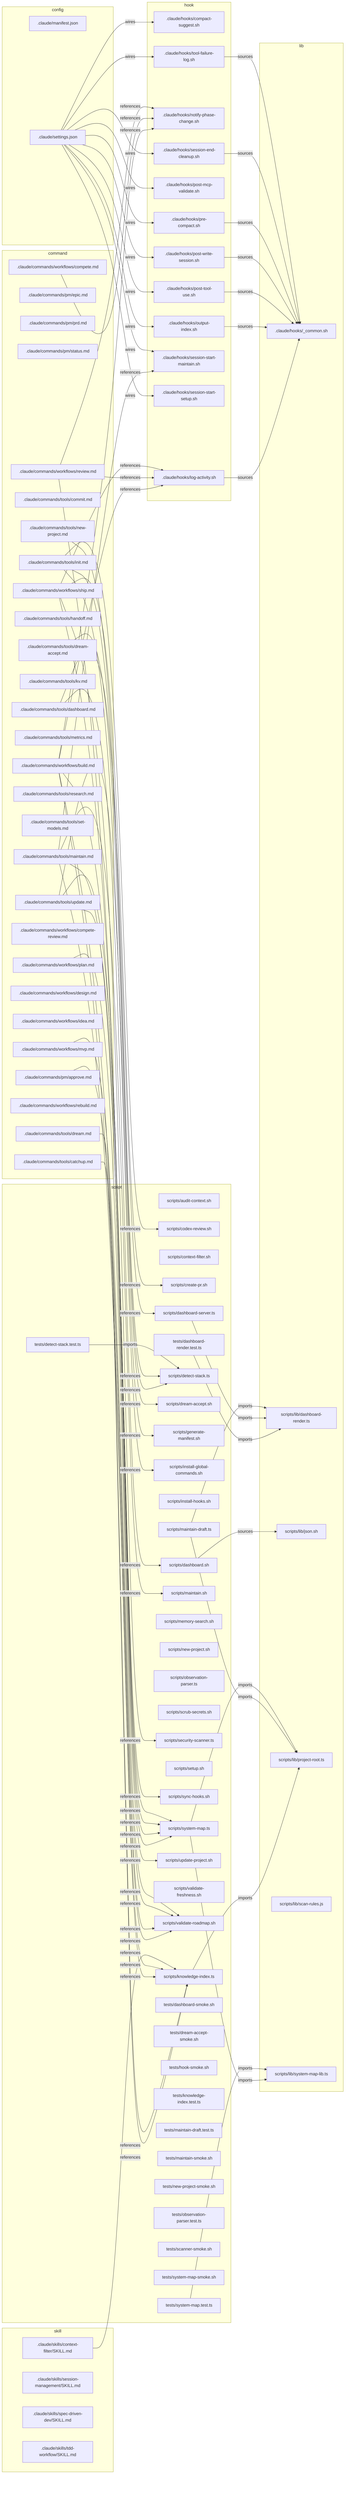
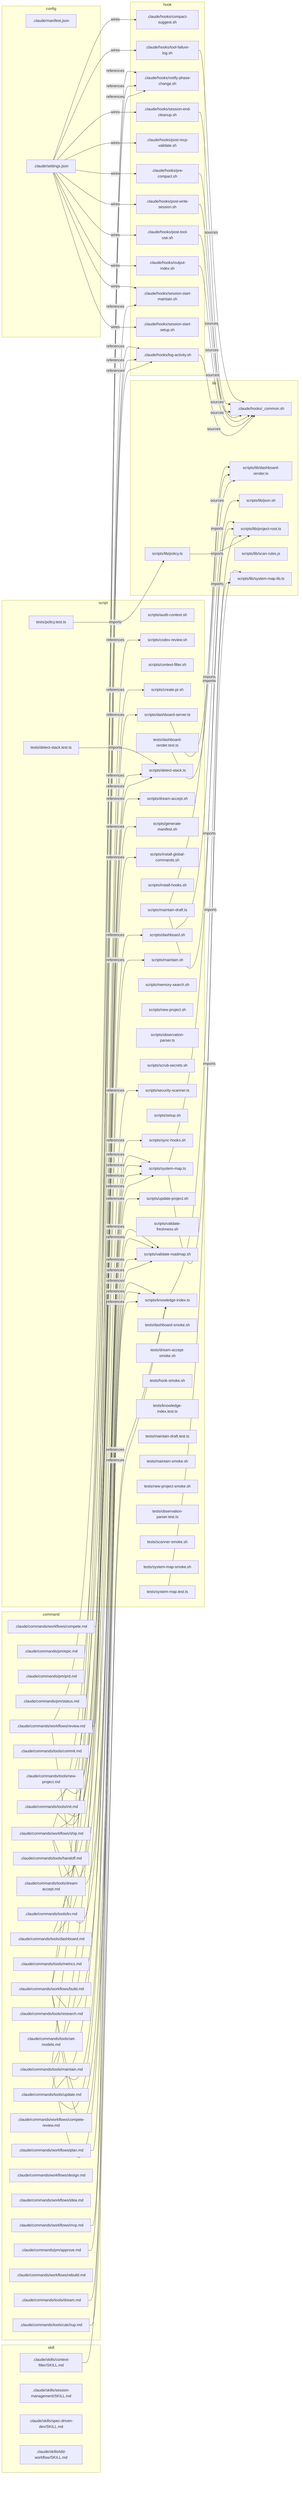
flowchart LR
  subgraph command
    c_pm_approve[".claude/commands/pm/approve.md"]
    c_pm_epic[".claude/commands/pm/epic.md"]
    c_pm_prd[".claude/commands/pm/prd.md"]
    c_pm_status[".claude/commands/pm/status.md"]
    c_tools_catchup[".claude/commands/tools/catchup.md"]
    c_tools_commit[".claude/commands/tools/commit.md"]
    c_tools_dashboard[".claude/commands/tools/dashboard.md"]
    c_tools_dream_accept[".claude/commands/tools/dream-accept.md"]
    c_tools_dream[".claude/commands/tools/dream.md"]
    c_tools_handoff[".claude/commands/tools/handoff.md"]
    c_tools_init[".claude/commands/tools/init.md"]
    c_tools_kv[".claude/commands/tools/kv.md"]
    c_tools_maintain[".claude/commands/tools/maintain.md"]
    c_tools_metrics[".claude/commands/tools/metrics.md"]
    c_tools_new_project[".claude/commands/tools/new-project.md"]
    c_tools_research[".claude/commands/tools/research.md"]
    c_tools_set_models[".claude/commands/tools/set-models.md"]
    c_tools_update[".claude/commands/tools/update.md"]
    c_workflows_build[".claude/commands/workflows/build.md"]
    c_workflows_compete_review[".claude/commands/workflows/compete-review.md"]
    c_workflows_compete[".claude/commands/workflows/compete.md"]
    c_workflows_design[".claude/commands/workflows/design.md"]
    c_workflows_idea[".claude/commands/workflows/idea.md"]
    c_workflows_mvp[".claude/commands/workflows/mvp.md"]
    c_workflows_plan[".claude/commands/workflows/plan.md"]
    c_workflows_rebuild[".claude/commands/workflows/rebuild.md"]
    c_workflows_review[".claude/commands/workflows/review.md"]
    c_workflows_ship[".claude/commands/workflows/ship.md"]
  end
  subgraph config
    cfg_manifest[".claude/manifest.json"]
    cfg_settings[".claude/settings.json"]
  end
  subgraph hook
    h_compact_suggest[".claude/hooks/compact-suggest.sh"]
    h_log_activity[".claude/hooks/log-activity.sh"]
    h_notify_phase_change[".claude/hooks/notify-phase-change.sh"]
    h_output_index[".claude/hooks/output-index.sh"]
    h_post_mcp_validate[".claude/hooks/post-mcp-validate.sh"]
    h_post_tool_use[".claude/hooks/post-tool-use.sh"]
    h_post_write_session[".claude/hooks/post-write-session.sh"]
    h_pre_compact[".claude/hooks/pre-compact.sh"]
    h_session_end_cleanup[".claude/hooks/session-end-cleanup.sh"]
    h_session_start_maintain[".claude/hooks/session-start-maintain.sh"]
    h_session_start_setup[".claude/hooks/session-start-setup.sh"]
    h_tool_failure_log[".claude/hooks/tool-failure-log.sh"]
  end
  subgraph lib
    l_common[".claude/hooks/_common.sh"]
    l_dashboard_render["scripts/lib/dashboard-render.ts"]
    l_json["scripts/lib/json.sh"]
+     l_policy["scripts/lib/policy.ts"]
    l_project_root["scripts/lib/project-root.ts"]
    l_scan_rules["scripts/lib/scan-rules.js"]
    l_system_map_lib["scripts/lib/system-map-lib.ts"]
  end
  subgraph script
    s_audit_context["scripts/audit-context.sh"]
    s_codex_review["scripts/codex-review.sh"]
    s_context_filter["scripts/context-filter.sh"]
    s_create_pr["scripts/create-pr.sh"]
    s_dashboard_server["scripts/dashboard-server.ts"]
    s_dashboard["scripts/dashboard.sh"]
    s_detect_stack["scripts/detect-stack.ts"]
    s_dream_accept["scripts/dream-accept.sh"]
    s_generate_manifest["scripts/generate-manifest.sh"]
    s_install_global_commands["scripts/install-global-commands.sh"]
    s_install_hooks["scripts/install-hooks.sh"]
    s_knowledge_index["scripts/knowledge-index.ts"]
    s_maintain_draft["scripts/maintain-draft.ts"]
    s_maintain["scripts/maintain.sh"]
    s_memory_search["scripts/memory-search.sh"]
    s_new_project["scripts/new-project.sh"]
    s_observation_parser["scripts/observation-parser.ts"]
    s_scrub_secrets["scripts/scrub-secrets.sh"]
    s_security_scanner["scripts/security-scanner.ts"]
    s_setup["scripts/setup.sh"]
    s_sync_hooks["scripts/sync-hooks.sh"]
    s_system_map["scripts/system-map.ts"]
    s_update_project["scripts/update-project.sh"]
    s_validate_freshness["scripts/validate-freshness.sh"]
    s_validate_roadmap["scripts/validate-roadmap.sh"]
    s_dashboard_render_test["tests/dashboard-render.test.ts"]
    s_dashboard_smoke["tests/dashboard-smoke.sh"]
    s_detect_stack_test["tests/detect-stack.test.ts"]
    s_dream_accept_smoke["tests/dream-accept-smoke.sh"]
    s_hook_smoke["tests/hook-smoke.sh"]
    s_knowledge_index_test["tests/knowledge-index.test.ts"]
    s_maintain_draft_test["tests/maintain-draft.test.ts"]
    s_maintain_smoke["tests/maintain-smoke.sh"]
    s_new_project_smoke["tests/new-project-smoke.sh"]
    s_observation_parser_test["tests/observation-parser.test.ts"]
+     s_policy_test["tests/policy.test.ts"]
    s_scanner_smoke["tests/scanner-smoke.sh"]
    s_system_map_smoke["tests/system-map-smoke.sh"]
    s_system_map_test["tests/system-map.test.ts"]
  end
  subgraph skill
    sk_context_filter_skill[".claude/skills/context-filter/SKILL.md"]
    sk_session_management_skill[".claude/skills/session-management/SKILL.md"]
    sk_spec_driven_dev_skill[".claude/skills/spec-driven-dev/SKILL.md"]
    sk_tdd_workflow_skill[".claude/skills/tdd-workflow/SKILL.md"]
  end
  c_pm_approve -->|references| s_validate_roadmap
  c_tools_catchup -->|references| s_knowledge_index
  c_tools_dashboard -->|references| s_dashboard
  c_tools_dashboard -->|references| s_dashboard_server
  c_tools_dream -->|references| s_knowledge_index
  c_tools_dream_accept -->|references| s_dream_accept
  c_tools_init -->|references| s_codex_review
  c_tools_init -->|references| s_detect_stack
  c_tools_init -->|references| s_install_global_commands
  c_tools_maintain -->|references| h_session_start_maintain
  c_tools_maintain -->|references| s_knowledge_index
  c_tools_maintain -->|references| s_maintain
  c_tools_maintain -->|references| s_system_map
  c_tools_new_project -->|references| s_detect_stack
  c_tools_update -->|references| s_generate_manifest
  c_tools_update -->|references| s_sync_hooks
  c_tools_update -->|references| s_update_project
  c_workflows_build -->|references| h_log_activity
  c_workflows_build -->|references| h_notify_phase_change
  c_workflows_build -->|references| s_knowledge_index
  c_workflows_build -->|references| s_system_map
  c_workflows_build -->|references| s_validate_roadmap
  c_workflows_compete -->|references| h_notify_phase_change
  c_workflows_mvp -->|references| s_validate_roadmap
  c_workflows_plan -->|references| s_validate_roadmap
  c_workflows_review -->|references| h_log_activity
  c_workflows_review -->|references| h_notify_phase_change
  c_workflows_review -->|references| s_system_map
  c_workflows_ship -->|references| h_log_activity
  c_workflows_ship -->|references| s_create_pr
  c_workflows_ship -->|references| s_security_scanner
  c_workflows_ship -->|references| s_system_map
  cfg_settings -->|wires| h_compact_suggest
  cfg_settings -->|wires| h_output_index
  cfg_settings -->|wires| h_post_mcp_validate
  cfg_settings -->|wires| h_post_tool_use
  cfg_settings -->|wires| h_post_write_session
  cfg_settings -->|wires| h_pre_compact
  cfg_settings -->|wires| h_session_end_cleanup
  cfg_settings -->|wires| h_session_start_maintain
  cfg_settings -->|wires| h_session_start_setup
  cfg_settings -->|wires| h_tool_failure_log
  h_log_activity -->|sources| l_common
  h_output_index -->|sources| l_common
  h_post_tool_use -->|sources| l_common
  h_post_write_session -->|sources| l_common
  h_pre_compact -->|sources| l_common
  h_session_end_cleanup -->|sources| l_common
  h_tool_failure_log -->|sources| l_common
+   l_policy -->|imports| l_project_root
  s_dashboard -->|sources| l_json
  s_dashboard_render_test -->|imports| l_dashboard_render
  s_dashboard_server -->|imports| l_dashboard_render
  s_detect_stack_test -->|imports| s_detect_stack
  s_knowledge_index -->|imports| l_project_root
  s_maintain_draft -->|imports| l_dashboard_render
  s_maintain_draft -->|imports| l_project_root
+   s_policy_test -->|imports| l_policy
  s_system_map -->|imports| l_project_root
  s_system_map -->|imports| l_system_map_lib
  s_system_map_test -->|imports| l_system_map_lib
  sk_context_filter_skill -->|references| s_knowledge_index
